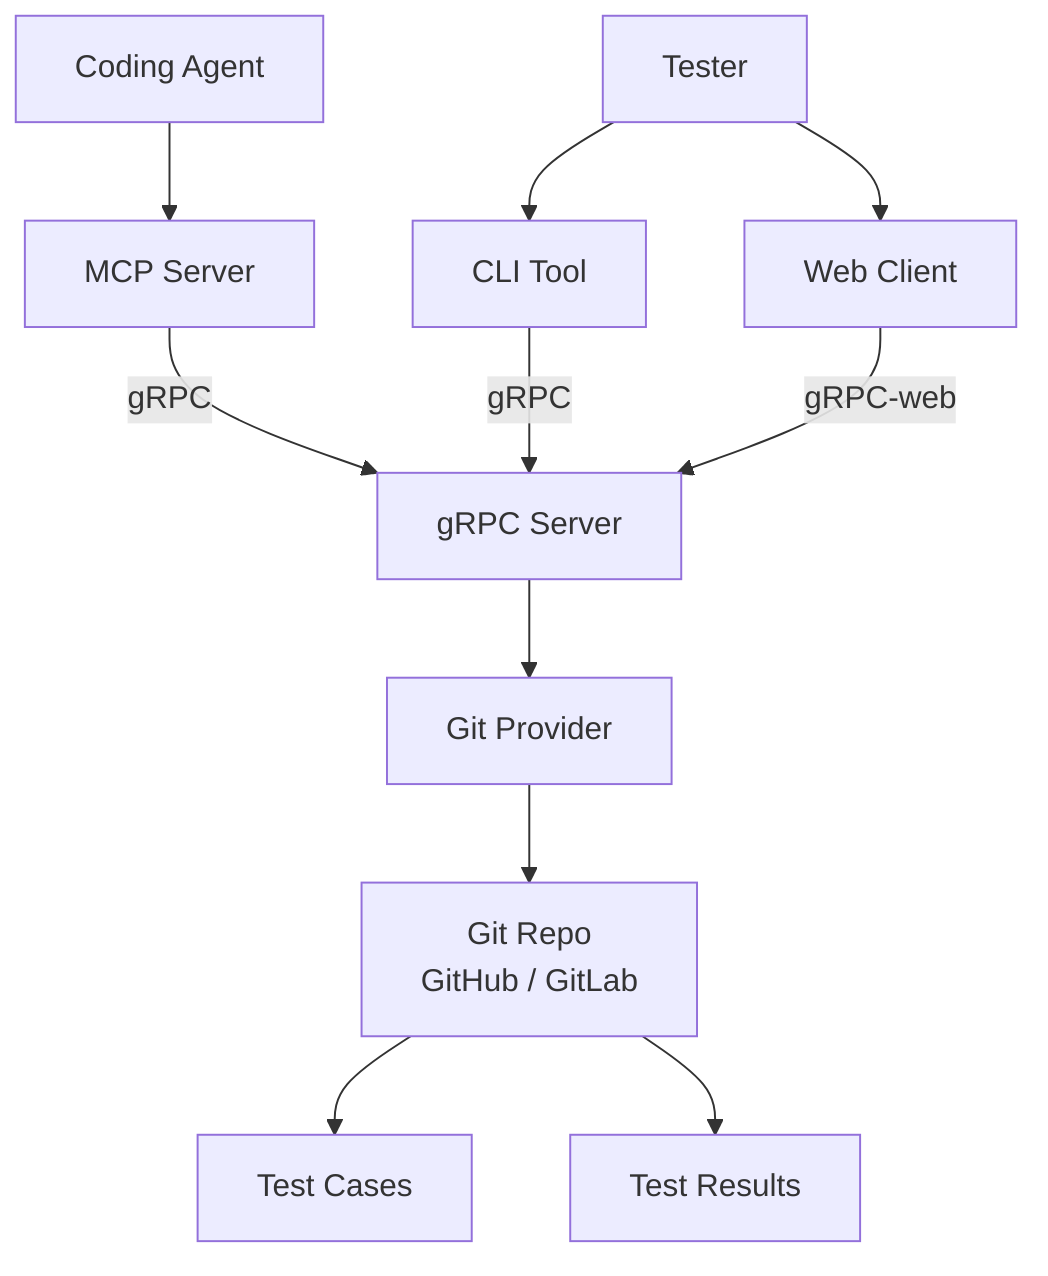
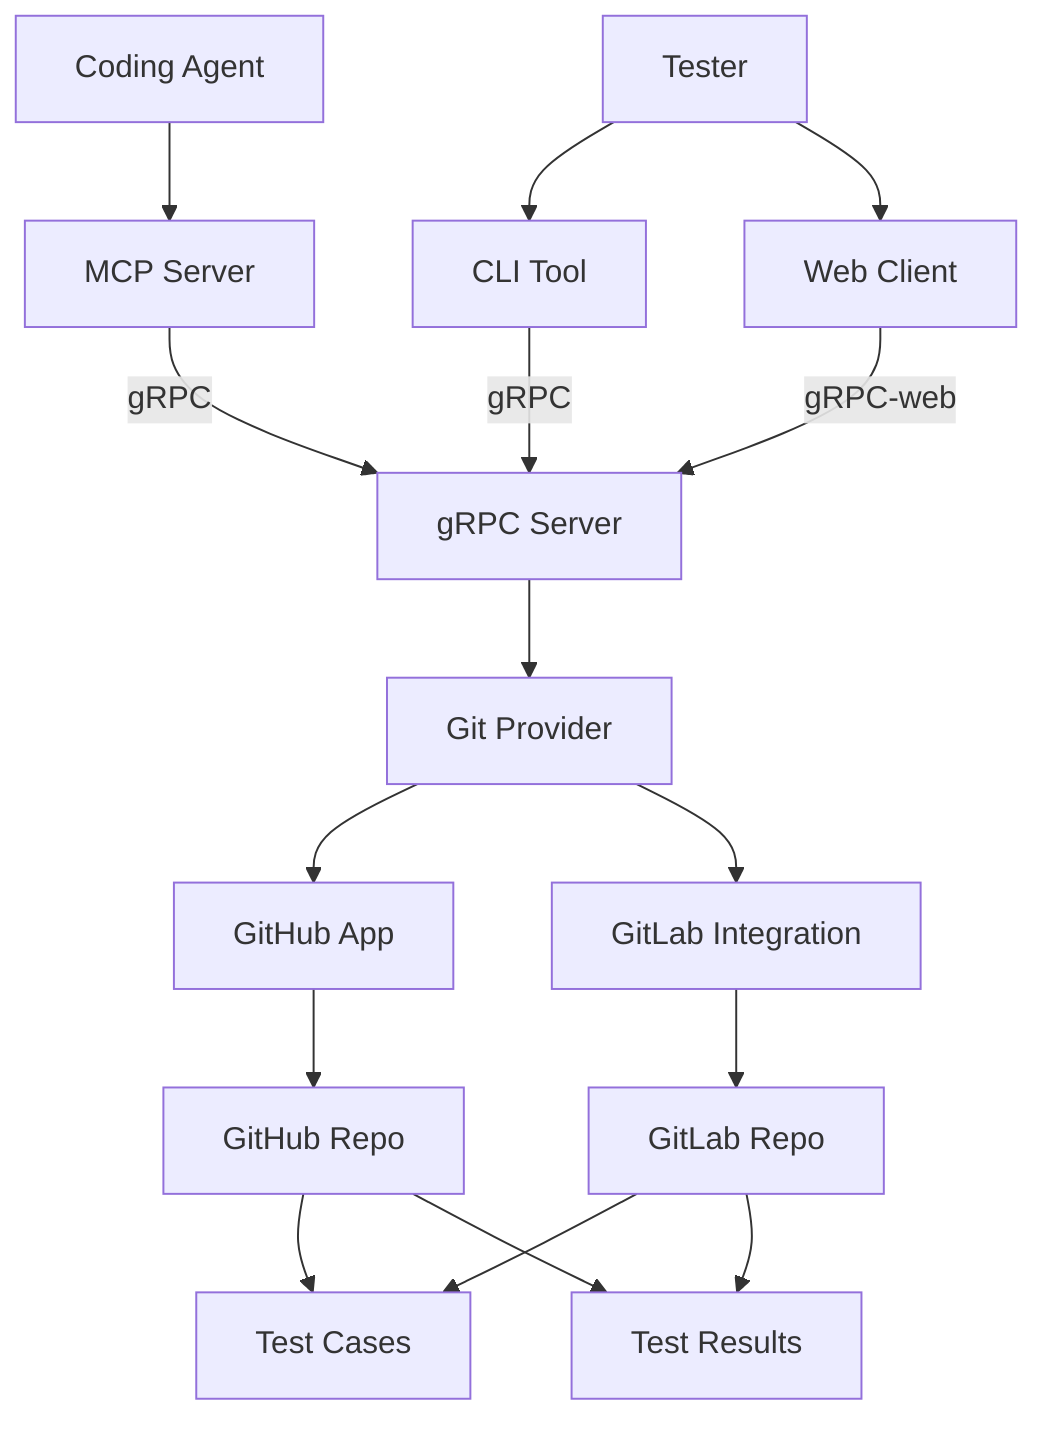
graph TD
    CLI[CLI Tool]
    MCP[MCP Server]
    Web[Web Client]

    CLI -->|gRPC| Server[gRPC Server]
    MCP -->|gRPC| Server
    Web -->|gRPC-web| Server

    Agent[Coding Agent] --> MCP
    Human[Tester] --> CLI
    Human --> Web

    Server --> GitProvider[Git Provider]
-     GitProvider --> Git[Git Repo<br/>GitHub / GitLab]
-     Git --> Tests[Test Cases]
-     Git --> Results[Test Results]
+     GitProvider --> GitHubApp[GitHub App]
+     GitProvider --> GitLabIntegration[GitLab Integration]
+     GitHubApp --> GitHubRepo[GitHub Repo]
+     GitLabIntegration --> GitLabRepo[GitLab Repo]
+     GitHubRepo --> Tests[Test Cases]
+     GitHubRepo --> Results[Test Results]
+     GitLabRepo --> Tests
+     GitLabRepo --> Results
